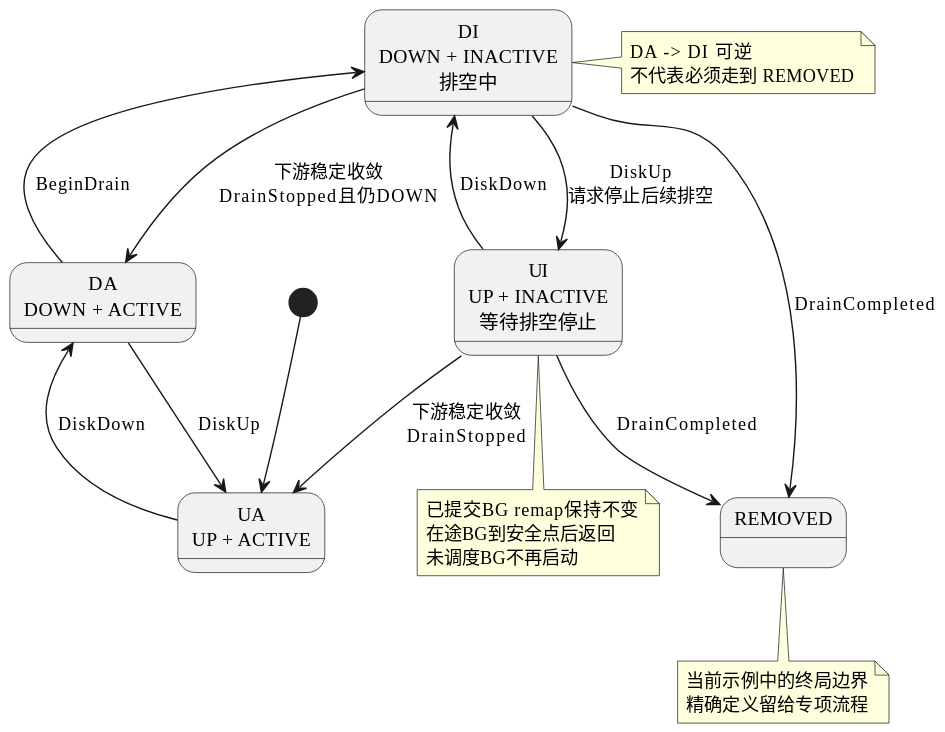
The PlantUML diagram pool-control-plane-baseline/assets/disk-isolation-cancellation.svg in limushu/runtime, before a commit.
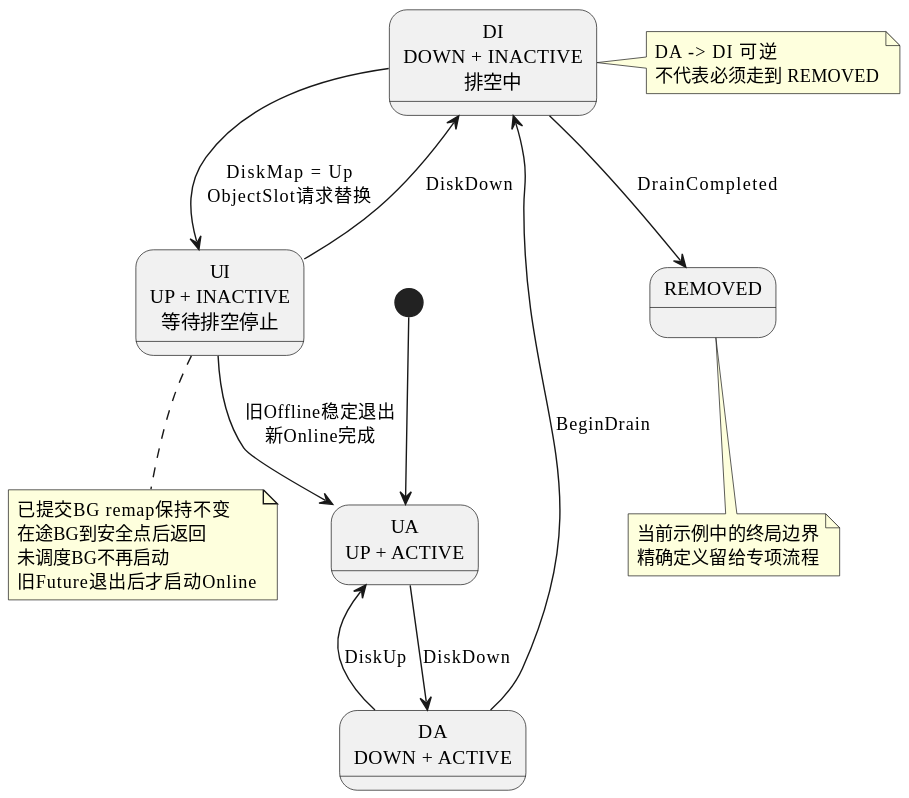
The same file after the commit.

Change to the diagram source:
```diff
@@ -13,12 +13,10 @@
 UA --> DA : DiskDown
 DA --> UA : DiskUp
 DA --> DI : BeginDrain
-DI --> UI : DiskUp\n请求停止后续排空
+DI --> UI : DiskMap = Up\nObjectSlot请求替换
 UI --> DI : DiskDown
-UI --> UA : 下游稳定收敛\nDrainStopped
-DI --> DA : 下游稳定收敛\nDrainStopped且仍DOWN
+UI --> UA : 旧Offline稳定退出\n新Online完成
 DI --> Removed : DrainCompleted
-UI --> Removed : DrainCompleted
 
 note right of DI
 DA -> DI 可逆
@@ -29,6 +27,7 @@
 已提交BG remap保持不变
 在途BG到安全点后返回
 未调度BG不再启动
+旧Future退出后才启动Online
 end note
 
 note bottom of Removed
```
